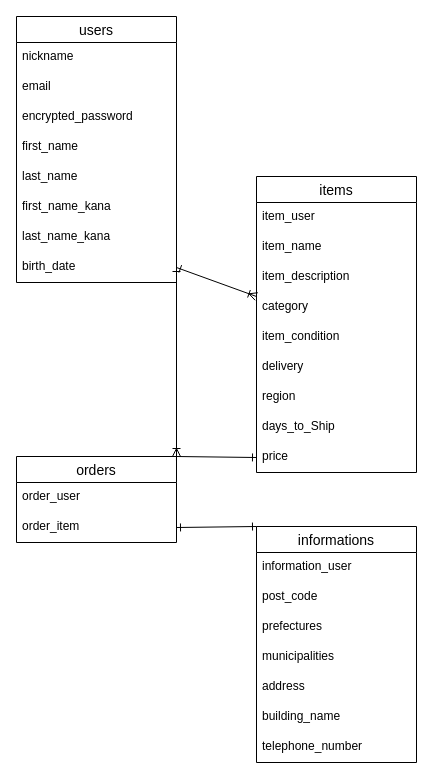
The draw.io diagram furima.dio in 1hiromu1/furima-38909, before the edit. Source tidied: cells renumbered, new cells numbered last; positions are measured from the earlier drawing's top-left corner, leaving out a move shared by most shapes. Both pictures are drawn from the tidied source at 100%, with x=0, y=0 at pixel (16, 16).
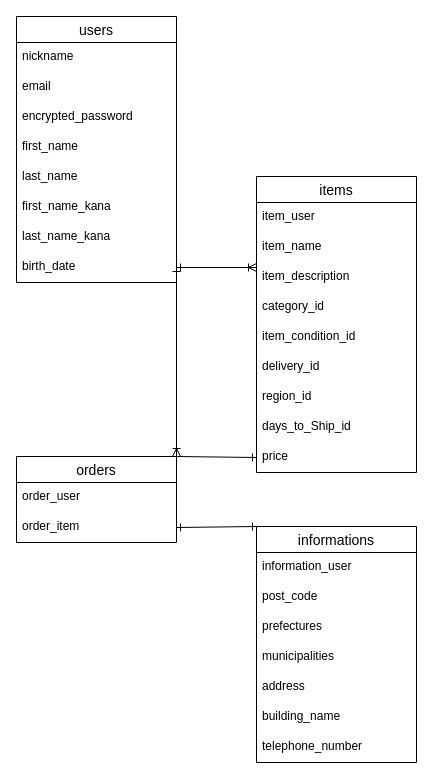
The same page after the edit.

Commit message (it also covers changes not shown here):
has_one、belongs_toに続くモデル名の修正

The change refers to these unchanged cells:
```xml
<mxCell id="10" value="birth_date" style="text;strokeColor=none;fillColor=none;spacingLeft=4;spacingRight=4;overflow=hidden;points=[[0,0.5],[1,0.5]];portConstraint=eastwest;fontSize=12;" parent="2" vertex="1">
  <mxGeometry y="236" width="160" height="30" as="geometry" />
</mxCell>
<mxCell id="11" value="items" style="swimlane;fontStyle=0;horizontal=1;startSize=26;align=center;fontSize=14;" parent="1" vertex="1">
  <mxGeometry x="240" y="160" width="160" height="296" as="geometry" />
</mxCell>
<mxCell id="14" value="item_description" style="text;strokeColor=none;fillColor=none;spacingLeft=4;spacingRight=4;overflow=hidden;points=[[0,0.5],[1,0.5]];portConstraint=eastwest;fontSize=12;" parent="11" vertex="1">
  <mxGeometry y="86" width="160" height="30" as="geometry" />
</mxCell>
```

Change to the diagram source:
```diff
@@
-    <mxCell id="15" value="category" style="text;strokeColor=none;fillColor=none;spacingLeft=4;spacingRight=4;overflow=hidden;fontSize=12;" parent="11" vertex="1">
+    <mxCell id="15" value="category_id" style="text;strokeColor=none;fillColor=none;spacingLeft=4;spacingRight=4;overflow=hidden;fontSize=12;" parent="11" vertex="1">
       <mxGeometry y="116" width="160" height="30" as="geometry" />
     </mxCell>
-    <mxCell id="16" value="item_condition" style="text;strokeColor=none;fillColor=none;spacingLeft=4;spacingRight=4;overflow=hidden;fontSize=12;" parent="11" vertex="1">
+    <mxCell id="16" value="item_condition_id" style="text;strokeColor=none;fillColor=none;spacingLeft=4;spacingRight=4;overflow=hidden;fontSize=12;" parent="11" vertex="1">
       <mxGeometry y="146" width="160" height="30" as="geometry" />
     </mxCell>
-    <mxCell id="17" value="delivery" style="text;strokeColor=none;fillColor=none;spacingLeft=4;spacingRight=4;overflow=hidden;fontSize=12;" parent="11" vertex="1">
+    <mxCell id="17" value="delivery_id" style="text;strokeColor=none;fillColor=none;spacingLeft=4;spacingRight=4;overflow=hidden;fontSize=12;" parent="11" vertex="1">
       <mxGeometry y="176" width="160" height="30" as="geometry" />
     </mxCell>
-    <mxCell id="18" value="region" style="text;strokeColor=none;fillColor=none;spacingLeft=4;spacingRight=4;overflow=hidden;fontSize=12;" parent="11" vertex="1">
+    <mxCell id="18" value="region_id" style="text;strokeColor=none;fillColor=none;spacingLeft=4;spacingRight=4;overflow=hidden;fontSize=12;" parent="11" vertex="1">
       <mxGeometry y="206" width="160" height="30" as="geometry" />
     </mxCell>
-    <mxCell id="19" value="days_to_Ship" style="text;strokeColor=none;fillColor=none;spacingLeft=4;spacingRight=4;overflow=hidden;fontSize=12;" parent="11" vertex="1">
+    <mxCell id="19" value="days_to_Ship_id" style="text;strokeColor=none;fillColor=none;spacingLeft=4;spacingRight=4;overflow=hidden;fontSize=12;" parent="11" vertex="1">
       <mxGeometry y="236" width="160" height="30" as="geometry" />
     </mxCell>
@@
-    <mxCell id="32" style="edgeStyle=none;html=1;exitX=1;exitY=0.5;exitDx=0;exitDy=0;endArrow=ERoneToMany;endFill=0;startArrow=ERone;startFill=0;" parent="1" edge="1" source="10">
-      <mxGeometry relative="1" as="geometry">
-        <mxPoint x="240" y="280" as="targetPoint" />
-      </mxGeometry>
+    <mxCell id="32" style="edgeStyle=none;html=1;exitX=1;exitY=0.5;exitDx=0;exitDy=0;endArrow=ERoneToMany;endFill=0;startArrow=ERone;startFill=0;entryX=0;entryY=0.167;entryDx=0;entryDy=0;entryPerimeter=0;" parent="1" edge="1" source="10" target="14">
+      <mxGeometry relative="1" as="geometry" />
     </mxCell>
```
